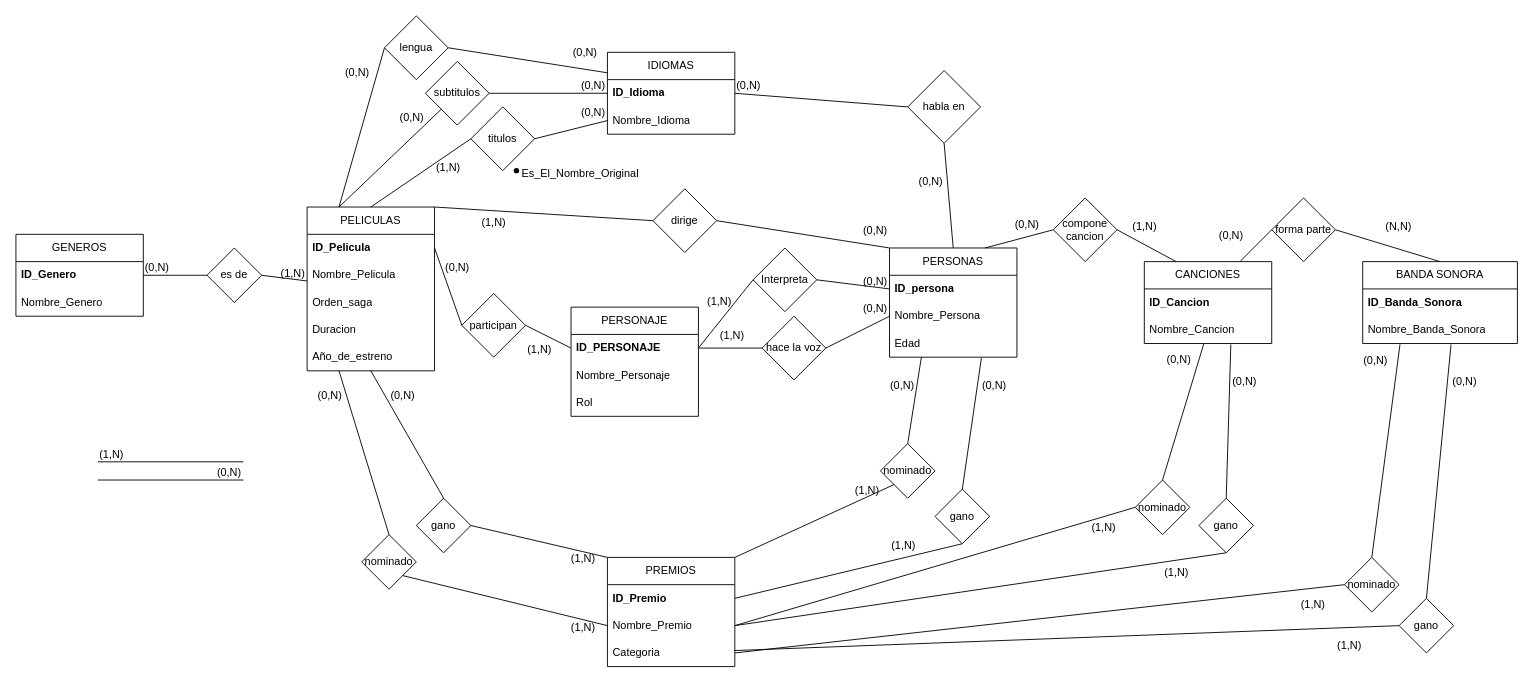
kolodani/AUS_Base_de_datos keeps this draw.io diagram as omdb.drawio. Above is the earlier version. Source tidied: cells renumbered, new cells numbered last; positions are measured from the earlier drawing's top-left corner, leaving out a move shared by most shapes. Both pictures are drawn from the tidied source at 91%, with x=0, y=0 at pixel (15, 15).
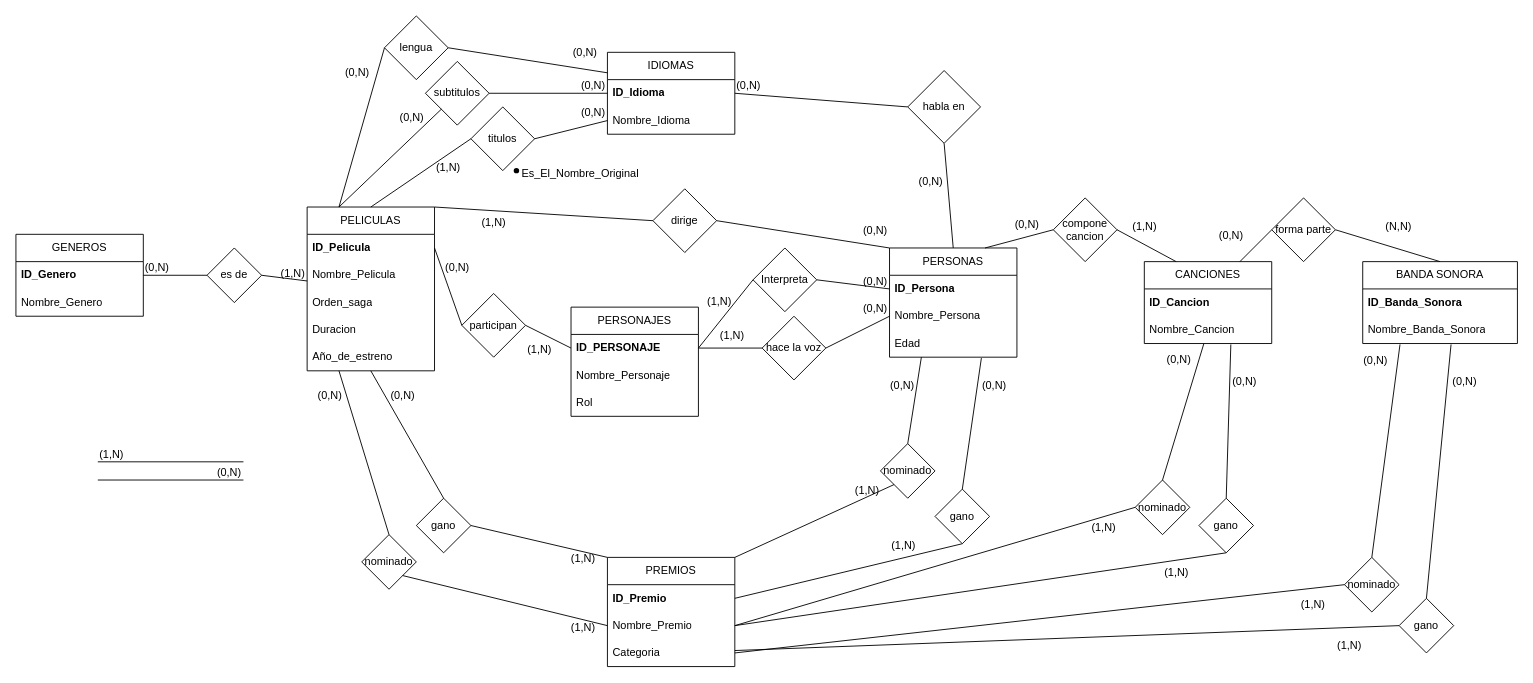
The same diagram, later.

The change refers to these unchanged cells:
```xml
<mxCell id="15" value="PERSONAS" style="swimlane;fontStyle=0;horizontal=1;startSize=30;whiteSpace=wrap;html=1;" parent="1" vertex="1">
  <mxGeometry x="960" y="255" width="140" height="120" as="geometry" />
</mxCell>
```

The edit, as a diff of the source:
```diff
@@
-    <mxCell id="16" value="&lt;b&gt;ID_persona&lt;/b&gt;" style="text;strokeColor=none;fillColor=none;align=left;verticalAlign=middle;spacingLeft=4;spacingRight=4;overflow=hidden;points=[[0,0.5],[1,0.5]];portConstraint=eastwest;whiteSpace=wrap;html=1;" parent="15" vertex="1">
+    <mxCell id="16" value="&lt;b&gt;ID_Persona&lt;/b&gt;" style="text;strokeColor=none;fillColor=none;align=left;verticalAlign=middle;spacingLeft=4;spacingRight=4;overflow=hidden;points=[[0,0.5],[1,0.5]];portConstraint=eastwest;whiteSpace=wrap;html=1;" parent="15" vertex="1">
       <mxGeometry y="30" width="140" height="30" as="geometry" />
     </mxCell>
@@
-    <mxCell id="120" value="PERSONAJE" style="swimlane;fontStyle=0;horizontal=1;startSize=30;whiteSpace=wrap;html=1;" parent="1" vertex="1">
+    <mxCell id="120" value="PERSONAJES" style="swimlane;fontStyle=0;horizontal=1;startSize=30;whiteSpace=wrap;html=1;" parent="1" vertex="1">
       <mxGeometry x="610" y="320" width="140" height="120" as="geometry" />
     </mxCell>
```
